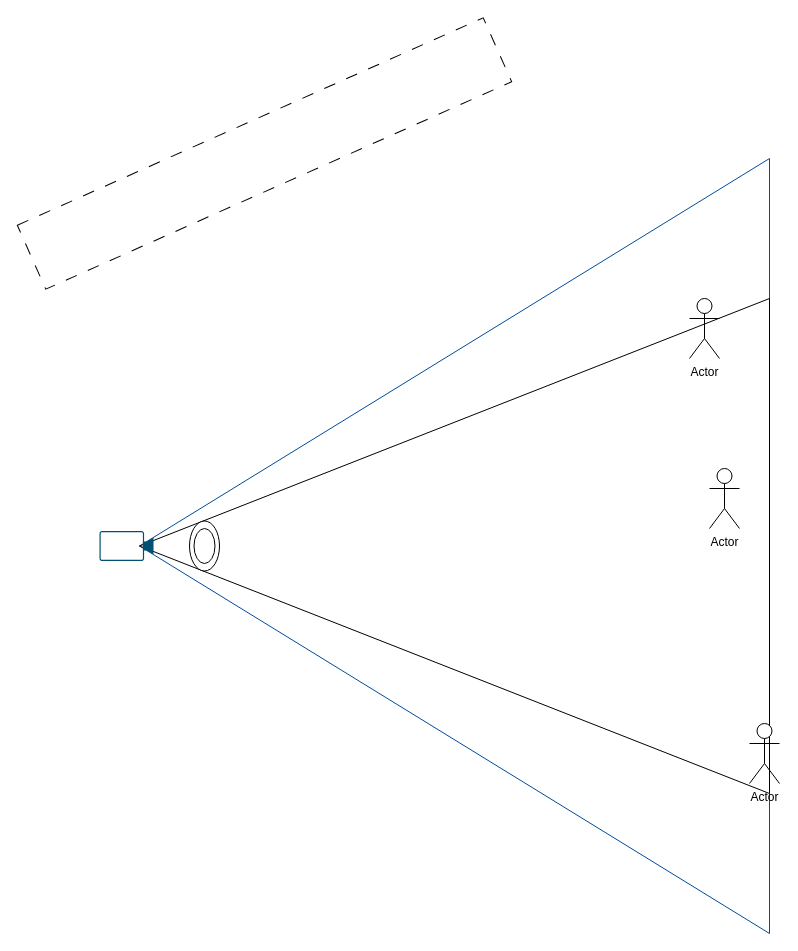
ungod/ungod.github.io keeps this draw.io diagram as assets/img/ConeTrace.drawio. Above is the earlier version. Source tidied: cells renumbered, new cells numbered last; positions are measured from the earlier drawing's top-left corner, leaving out a move shared by most shapes. Both pictures are drawn from the tidied source at 100%, with x=0, y=0 at pixel (9, 118).
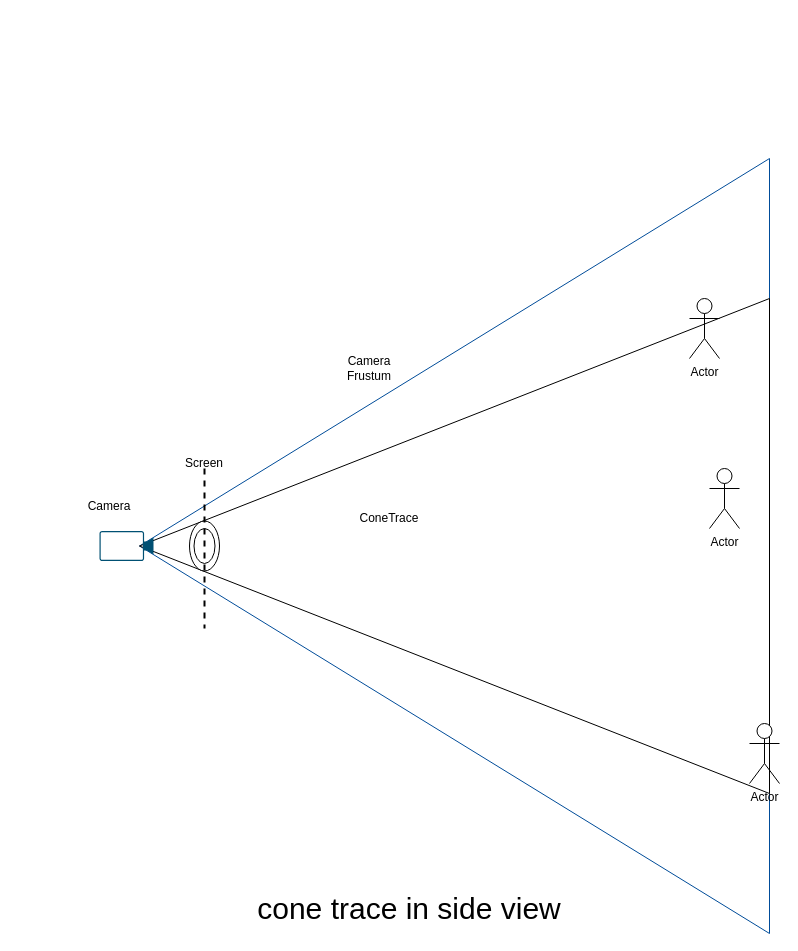
After the change.

Diff of the diagram source:
```diff
@@
 <mxGraphModel>
   <root>
     <mxCell id="0" />
     <mxCell id="1" parent="0" />
     <mxCell id="2" style="triangle;whiteSpace=wrap;html=1;rotation=-180;strokeColor=#004C99;" parent="1" vertex="1">
       <mxGeometry x="130" y="40" width="630" height="775" as="geometry" />
     </mxCell>
     <mxCell id="3" style="triangle;whiteSpace=wrap;html=1;rotation=-180;" parent="1" vertex="1">
       <mxGeometry x="130" y="180" width="630" height="495" as="geometry" />
     </mxCell>
-    <mxCell id="4" style="rounded=0;whiteSpace=wrap;html=1;rotation=336;dashed=1;dashPattern=12 12;" parent="1" vertex="1">
-      <mxGeometry width="510" height="70" as="geometry" />
-    </mxCell>
     <mxCell id="5" value="Actor" style="shape=umlActor;verticalLabelPosition=bottom;verticalAlign=top;html=1;" parent="1" vertex="1">
       <mxGeometry x="680" y="180" width="30" height="60" as="geometry" />
     </mxCell>
     <mxCell id="6" value="Actor" style="shape=umlActor;verticalLabelPosition=bottom;verticalAlign=top;html=1;" parent="1" vertex="1">
       <mxGeometry x="740" y="605" width="30" height="60" as="geometry" />
     </mxCell>
     <mxCell id="7" value="Actor" style="shape=umlActor;verticalLabelPosition=bottom;verticalAlign=top;html=1;" parent="1" vertex="1">
       <mxGeometry x="700" y="350" width="30" height="60" as="geometry" />
     </mxCell>
     <mxCell id="8" style="verticalLabelPosition=bottom;sketch=0;html=1;verticalAlign=top;align=center;shape=mxgraph.cisco19.camera;fillColor=#005073;strokeColor=none;rotation=-180;" parent="1" vertex="1">
       <mxGeometry x="90" y="412.5" width="54" height="30" as="geometry" />
     </mxCell>
     <mxCell id="9" style="shape=mxgraph.pid.driers.heat_consumer;html=1;align=center;verticalLabelPosition=bottom;verticalAlign=top;dashed=0;" parent="1" vertex="1">
       <mxGeometry x="180" y="402.5" width="30" height="50" as="geometry" />
     </mxCell>
+    <mxCell id="10" value="Camera" style="text;html=1;strokeColor=none;fillColor=none;align=center;verticalAlign=middle;whiteSpace=wrap;rounded=0;" parent="1" vertex="1">
+      <mxGeometry x="70" y="372.5" width="60" height="30" as="geometry" />
+    </mxCell>
+    <mxCell id="11" value="ConeTrace" style="text;html=1;strokeColor=none;fillColor=none;align=center;verticalAlign=middle;whiteSpace=wrap;rounded=0;" parent="1" vertex="1">
+      <mxGeometry x="340" y="380" width="80" height="40" as="geometry" />
+    </mxCell>
+    <mxCell id="12" value="Camera Frustum" style="text;html=1;strokeColor=none;fillColor=none;align=center;verticalAlign=middle;whiteSpace=wrap;rounded=0;" parent="1" vertex="1">
+      <mxGeometry x="320" y="230" width="80" height="40" as="geometry" />
+    </mxCell>
+    <mxCell id="13" style="line;strokeWidth=2;direction=south;html=1;perimeter=backbonePerimeter;dashed=1;" parent="1" vertex="1">
+      <mxGeometry x="190" y="350" width="10" height="160" as="geometry" />
+    </mxCell>
+    <mxCell id="14" value="Screen" style="text;html=1;strokeColor=none;fillColor=none;align=center;verticalAlign=middle;whiteSpace=wrap;rounded=0;" parent="1" vertex="1">
+      <mxGeometry x="165" y="330" width="60" height="30" as="geometry" />
+    </mxCell>
+    <mxCell id="15" value="cone trace in side view" style="text;html=1;strokeColor=none;fillColor=none;align=center;verticalAlign=middle;whiteSpace=wrap;rounded=0;fontSize=30;" parent="1" vertex="1">
+      <mxGeometry x="210" y="765" width="380" height="50" as="geometry" />
+    </mxCell>
   </root>
 </mxGraphModel>
```
